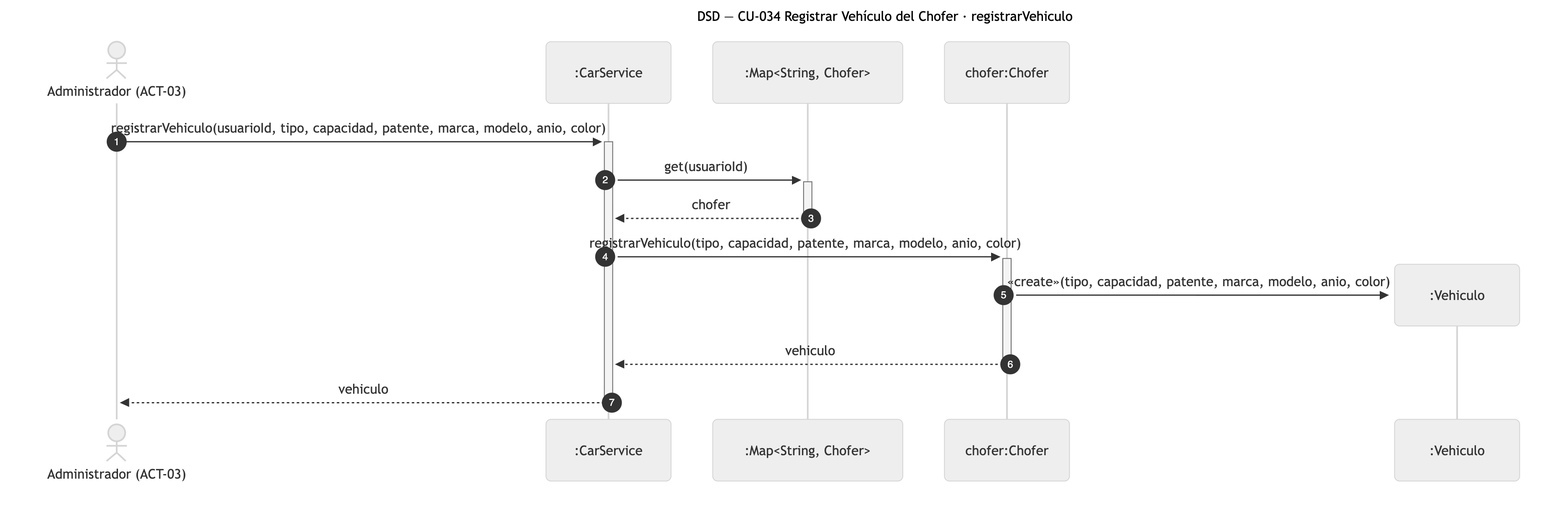
Nahuelito-Dev/splg-docs keeps this Mermaid diagram as diagramas/png/DSD_CU-034_registrarVehiculo.png. Above is the earlier version. Its source is kept beside it as diagramas/DSD_CU-034_registrarVehiculo.mmd. Its diagram source:
```mermaid
sequenceDiagram
    title DSD — CU-034 Registrar Vehículo del Chofer · registrarVehiculo
    autonumber
    actor ADM as Administrador (ACT-03)
    participant SRV as :CarService
    participant COL as :Map#lt;String, Chofer#gt;
    participant CHO as chofer:Chofer

    ADM->>+SRV: registrarVehiculo(usuarioId, tipo, capacidad, patente, marca, modelo, anio, color)
    SRV->>+COL: get(usuarioId)
    COL-->>-SRV: chofer
    SRV->>+CHO: registrarVehiculo(tipo, capacidad, patente, marca, modelo, anio, color)
    create participant VEH as :Vehiculo
    CHO->>VEH: «create»(tipo, capacidad, patente, marca, modelo, anio, color)
    CHO-->>-SRV: vehiculo
    SRV-->>-ADM: vehiculo
```
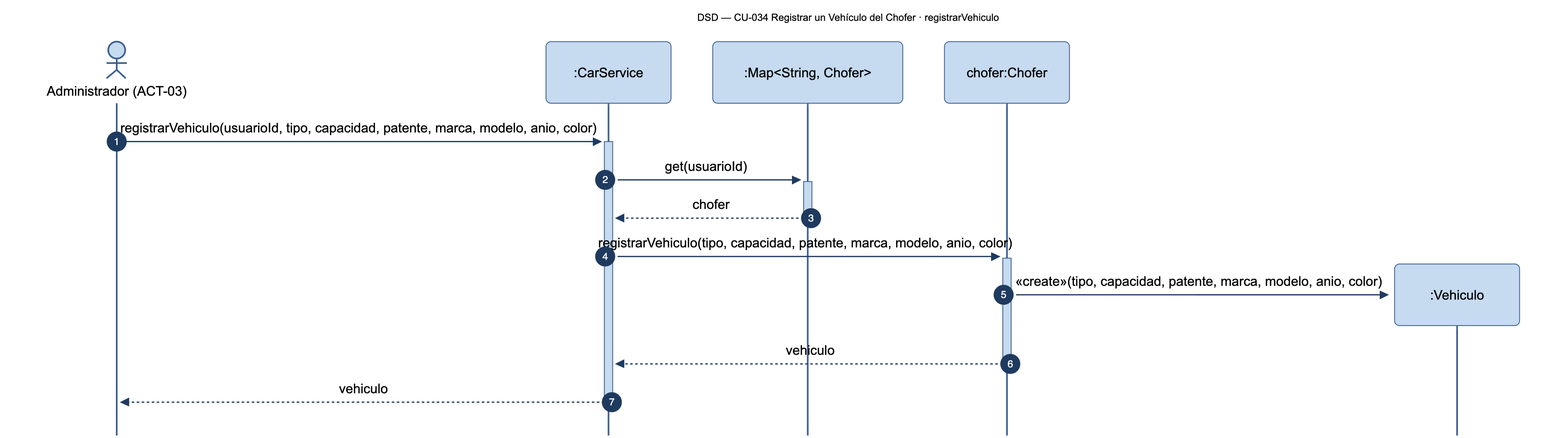
After the change.

Change to the diagram source:
```diff
@@ -1,5 +1,5 @@
 sequenceDiagram
-    title DSD — CU-034 Registrar Vehículo del Chofer · registrarVehiculo
+    title DSD — CU-034 Registrar un Vehículo del Chofer · registrarVehiculo
     autonumber
     actor ADM as Administrador (ACT-03)
     participant SRV as :CarService
```
